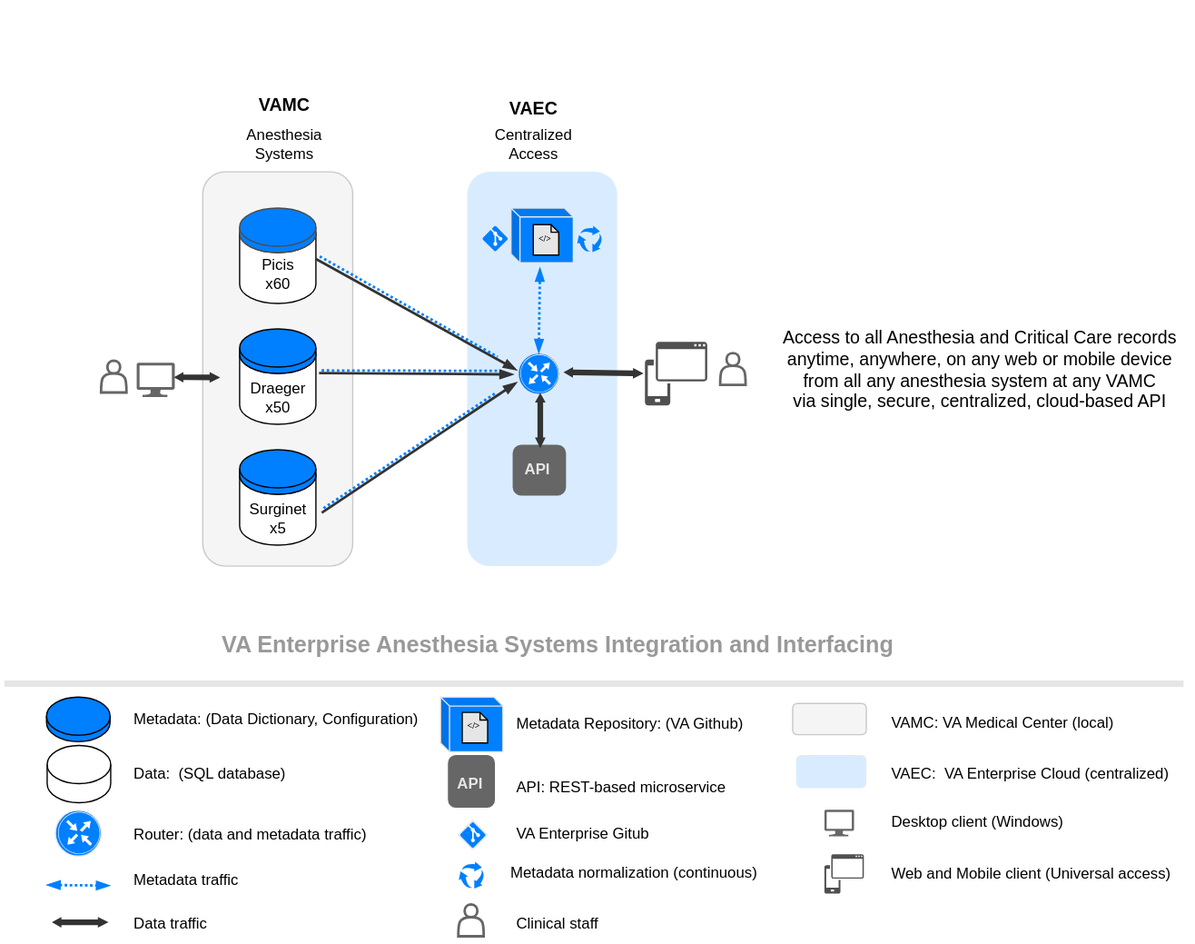
va-anesthesia/integration keeps this draw.io diagram as img/integration4.svg. Above is the earlier version. Source tidied: cells renumbered, new cells last; positions are measured from the earlier drawing's top-left corner, leaving out a move shared by most shapes.
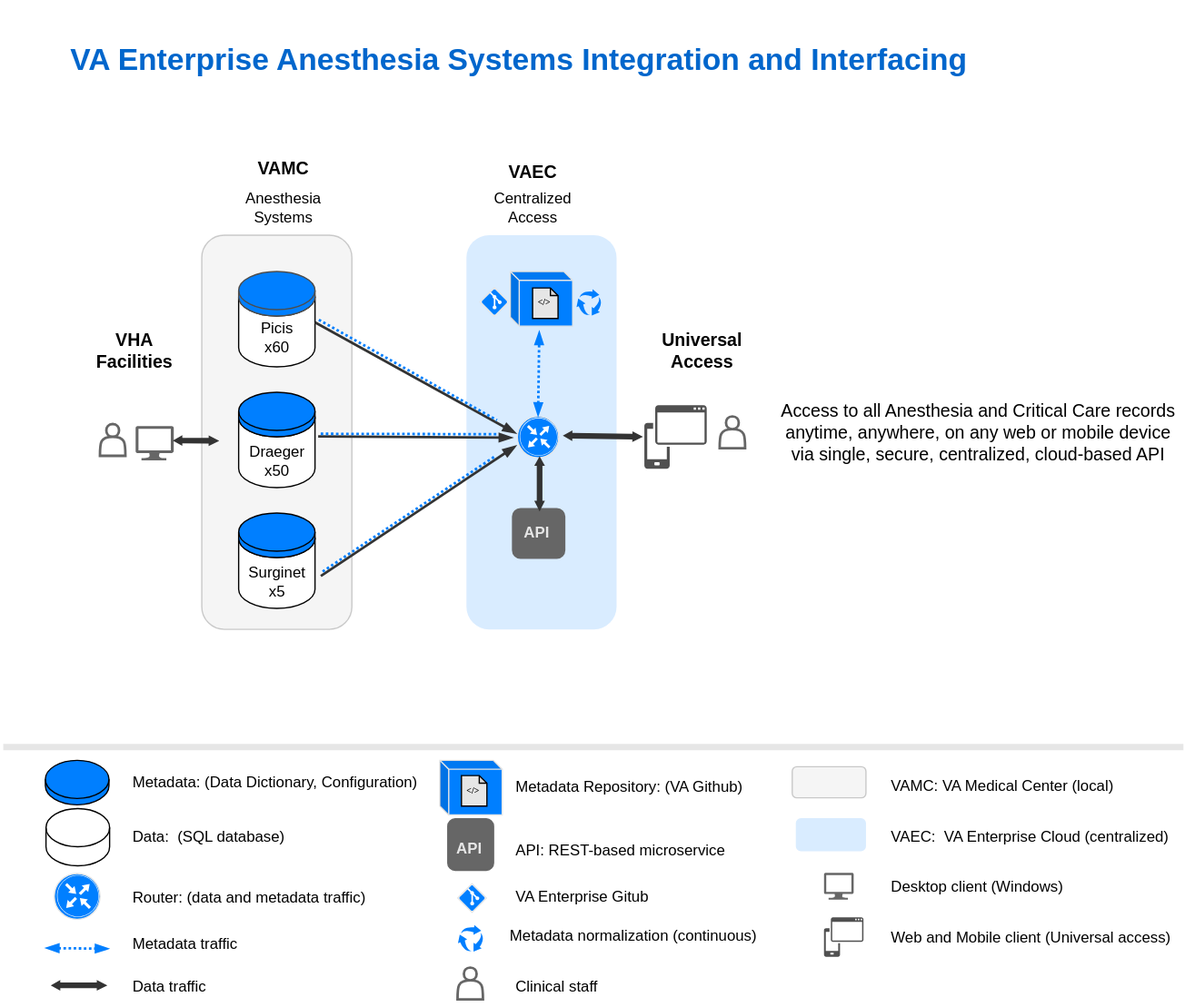
Above is the later version.

Change to the diagram source:
```diff
@@ -202,8 +202,8 @@
     <mxCell id="58" style="shape=actor;whiteSpace=wrap;html=1;labelBackgroundColor=default;strokeColor=#666666;fontSize=14;fillColor=#FFFFFF;strokeWidth=2;" parent="1" vertex="1">
       <mxGeometry x="566" y="277" width="20" height="25" as="geometry" />
     </mxCell>
-    <mxCell id="59" value="Access to all Anesthesia and Critical Care records&lt;br style=&quot;font-size: 14px;&quot;&gt;anytime, anywhere, on any web or mobile device&amp;nbsp;&lt;br style=&quot;font-size: 14px;&quot;&gt;&amp;nbsp;from all any anesthesia system at any VAMC&lt;br style=&quot;border-color: var(--border-color); font-size: 14px;&quot;&gt;via single, secure, centralized, cloud-based API" style="text;html=1;align=center;verticalAlign=middle;strokeColor=none;fillColor=none;labelBorderColor=none;fontColor=default;fontSize=14;" parent="1" vertex="1">
-      <mxGeometry x="604.7" y="249.5" width="330" height="80" as="geometry" />
+    <mxCell id="59" value="Access to all Anesthesia and Critical Care records&lt;br style=&quot;font-size: 14px;&quot;&gt;anytime, anywhere, on any web or mobile device&amp;nbsp;&lt;br style=&quot;font-size: 14px;&quot;&gt;via single, secure, centralized, cloud-based API" style="text;html=1;align=center;verticalAlign=middle;strokeColor=none;fillColor=none;labelBorderColor=none;fontColor=default;fontSize=14;" parent="1" vertex="1">
+      <mxGeometry x="603.7" y="259.5" width="330" height="60" as="geometry" />
     </mxCell>
     <mxCell id="60" style="endArrow=none;html=1;strokeWidth=5;strokeColor=#E6E6E6;" parent="1" edge="1">
       <mxGeometry relative="1" as="geometry">
@@ -211,11 +211,11 @@
         <mxPoint x="930.5" y="537" as="targetPoint" />
       </mxGeometry>
     </mxCell>
-    <mxCell id="61" value="&lt;b style=&quot;font-size: 18px;&quot;&gt;&lt;font style=&quot;font-size: 18px;&quot;&gt;VA Enterprise Anesthesia Systems Integration and Interfacing&lt;/font&gt;&lt;/b&gt;" style="text;html=1;align=center;verticalAlign=middle;strokeColor=none;fillColor=none;fontStyle=0;fontFamily=Helvetica;fontSize=18;fontColor=#999999;" parent="1" vertex="1">
-      <mxGeometry x="163" y="487" width="550" height="40" as="geometry" />
+    <mxCell id="61" value="&lt;b style=&quot;font-size: 24px;&quot;&gt;&lt;font style=&quot;font-size: 24px;&quot;&gt;VA Enterprise Anesthesia Systems Integration and Interfacing&lt;/font&gt;&lt;/b&gt;" style="text;html=1;align=center;verticalAlign=middle;strokeColor=none;fillColor=none;fontStyle=0;fontFamily=Helvetica;fontSize=24;fontColor=#0066CC;" parent="1" vertex="1">
+      <mxGeometry x="43.1" y="-23" width="730" height="40" as="geometry" />
     </mxCell>
     <mxCell id="62" style="rounded=0;whiteSpace=wrap;html=1;fontSize=16;strokeColor=none;" parent="1" vertex="1">
-      <mxGeometry x="0.1" width="36.5" height="30" as="geometry" />
+      <mxGeometry x="6.6" y="-50" width="36.5" height="30" as="geometry" />
     </mxCell>
     <mxCell id="63" style="endArrow=none;html=1;strokeColor=#007FFF;strokeWidth=2;fontFamily=Verdana;fontSize=9;fillColor=#666666;jumpSize=6;endFill=0;dashed=1;dashPattern=1 1;" parent="1" edge="1">
       <mxGeometry relative="1" as="geometry">
@@ -295,5 +295,11 @@
     <mxCell id="85" style="rounded=1;whiteSpace=wrap;html=1;labelBackgroundColor=default;strokeColor=none;strokeWidth=1;fontSize=14;fillColor=#007FFF;opacity=15;" parent="1" vertex="1">
       <mxGeometry x="625.8" y="593" width="55.2" height="26" as="geometry" />
     </mxCell>
+    <mxCell id="86" value="VHA &lt;br&gt;Facilities" style="text;html=1;align=center;verticalAlign=middle;strokeColor=none;fillColor=none;fontStyle=1;fontSize=14;" parent="1" vertex="1">
+      <mxGeometry x="66.1" y="200" width="80" height="50" as="geometry" />
+    </mxCell>
+    <mxCell id="87" value="Universal &lt;br&gt;Access" style="text;html=1;align=center;verticalAlign=middle;strokeColor=none;fillColor=none;fontStyle=1;fontSize=14;" parent="1" vertex="1">
+      <mxGeometry x="506.8" y="200" width="90" height="50" as="geometry" />
+    </mxCell>
   </root>
 </mxGraphModel>
```
